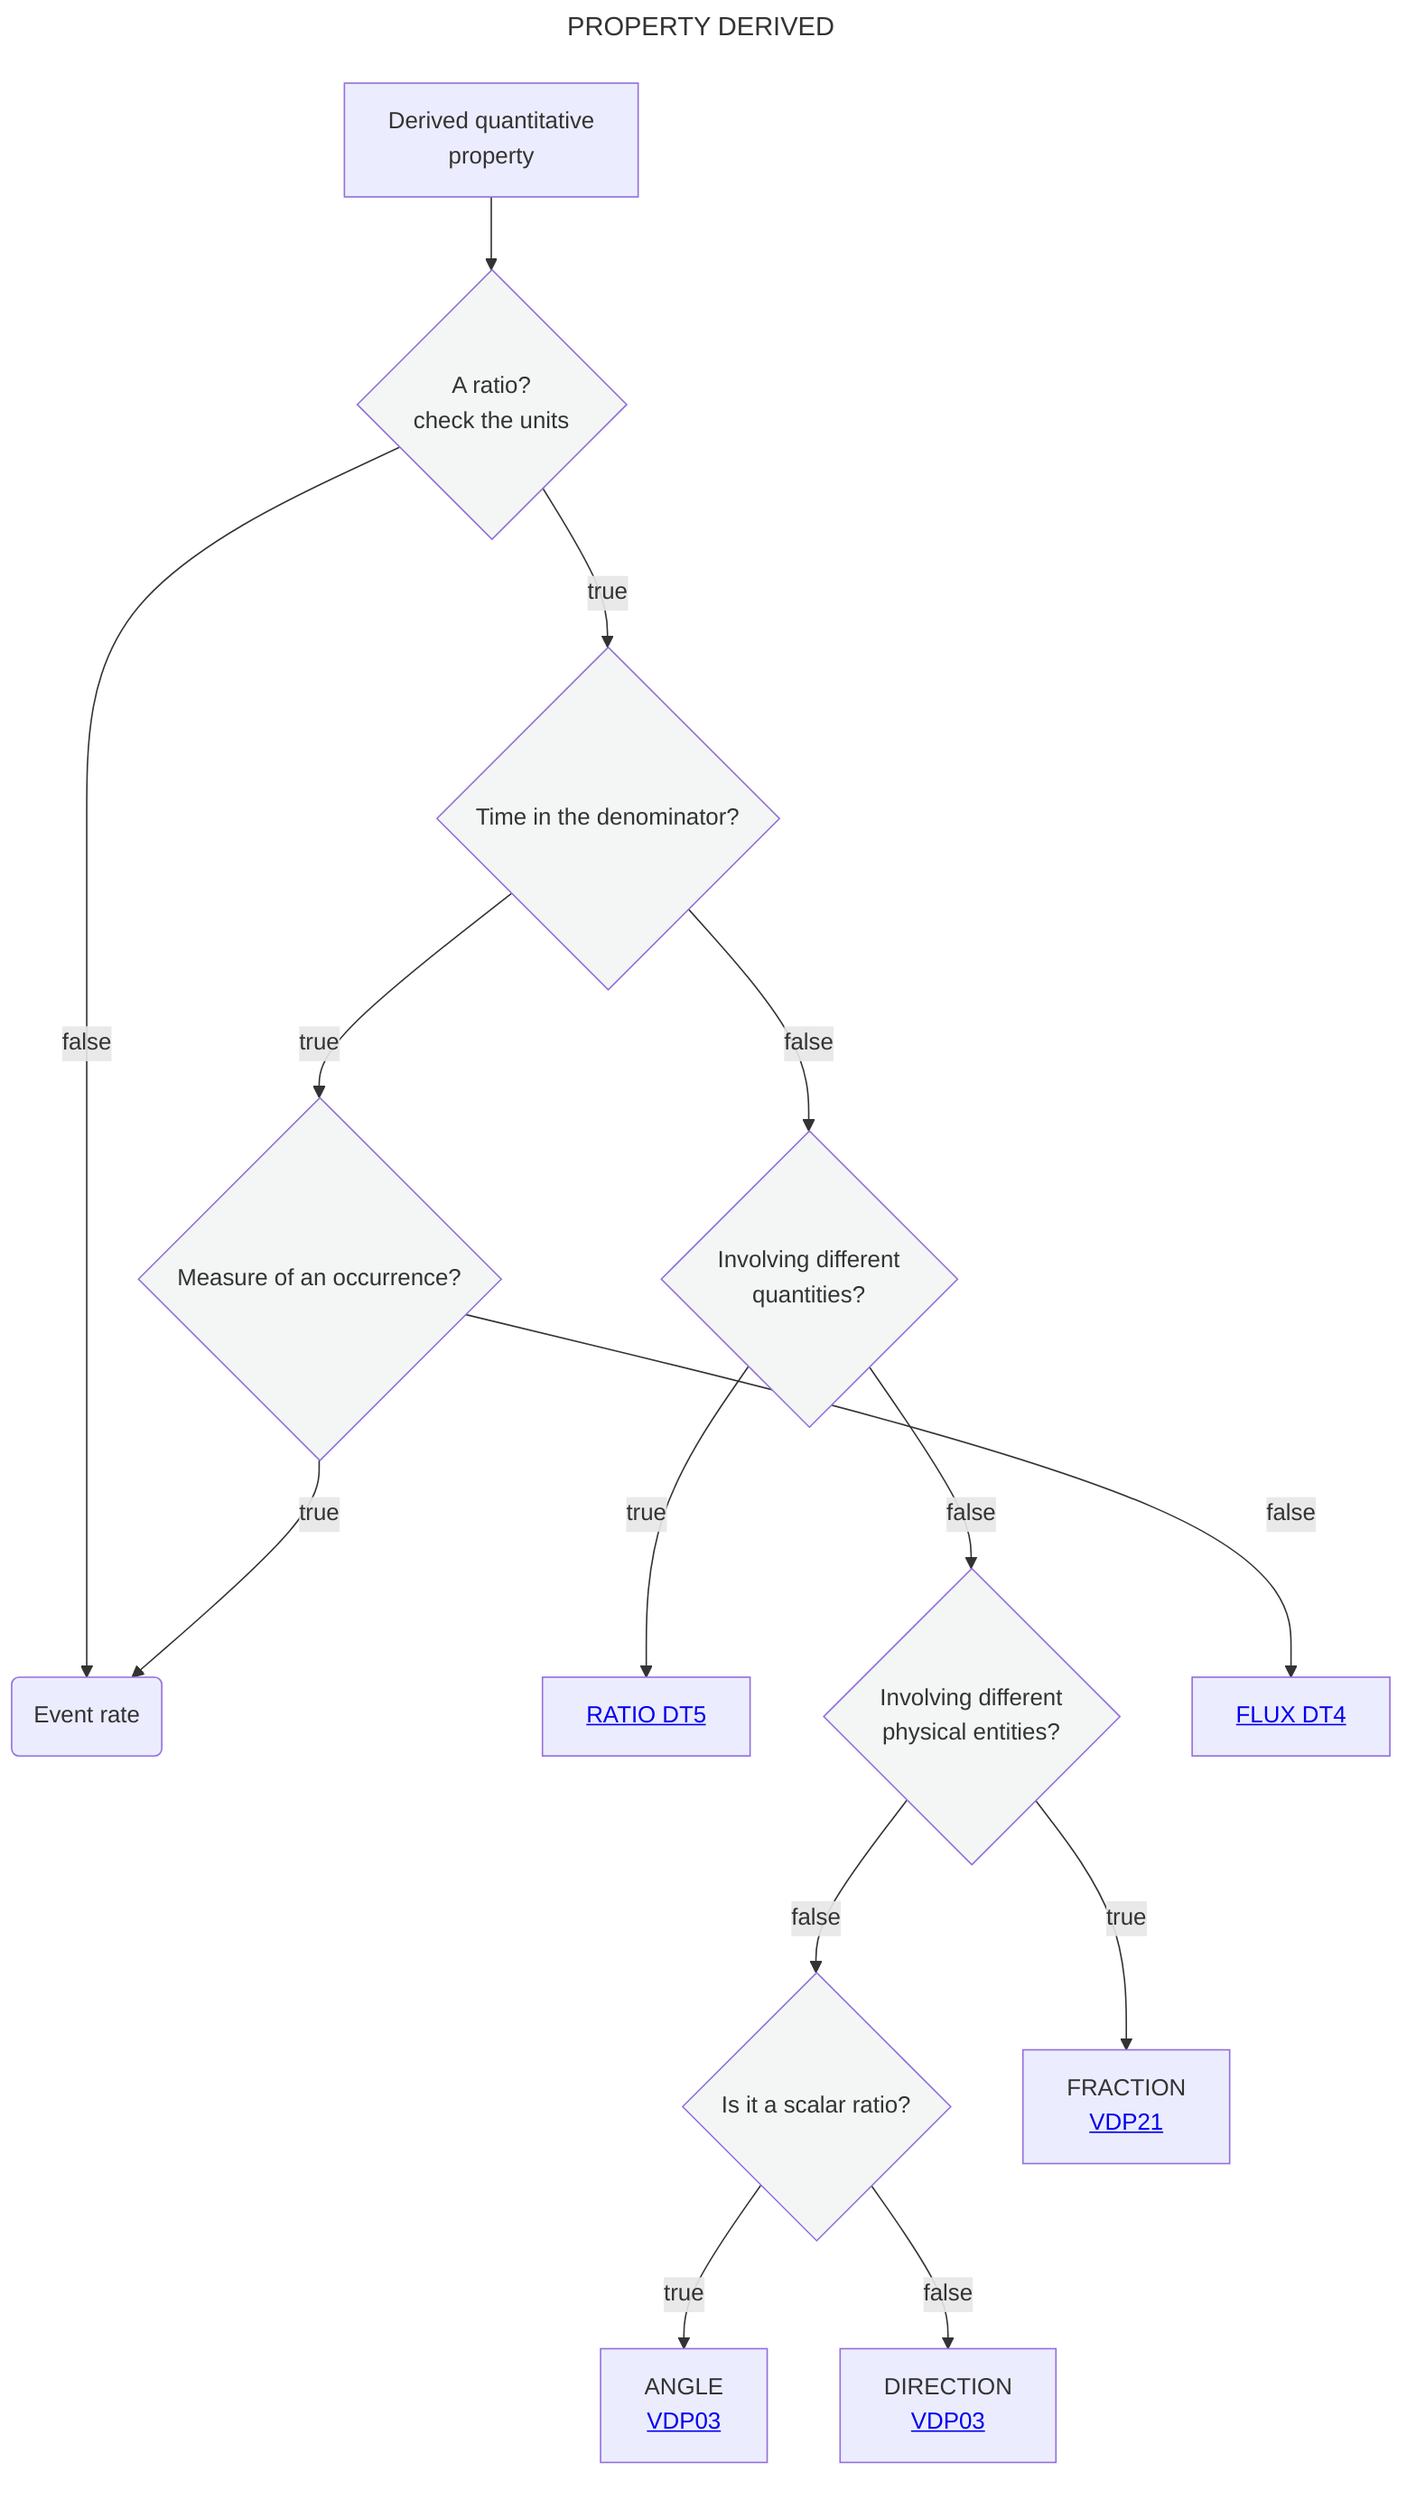
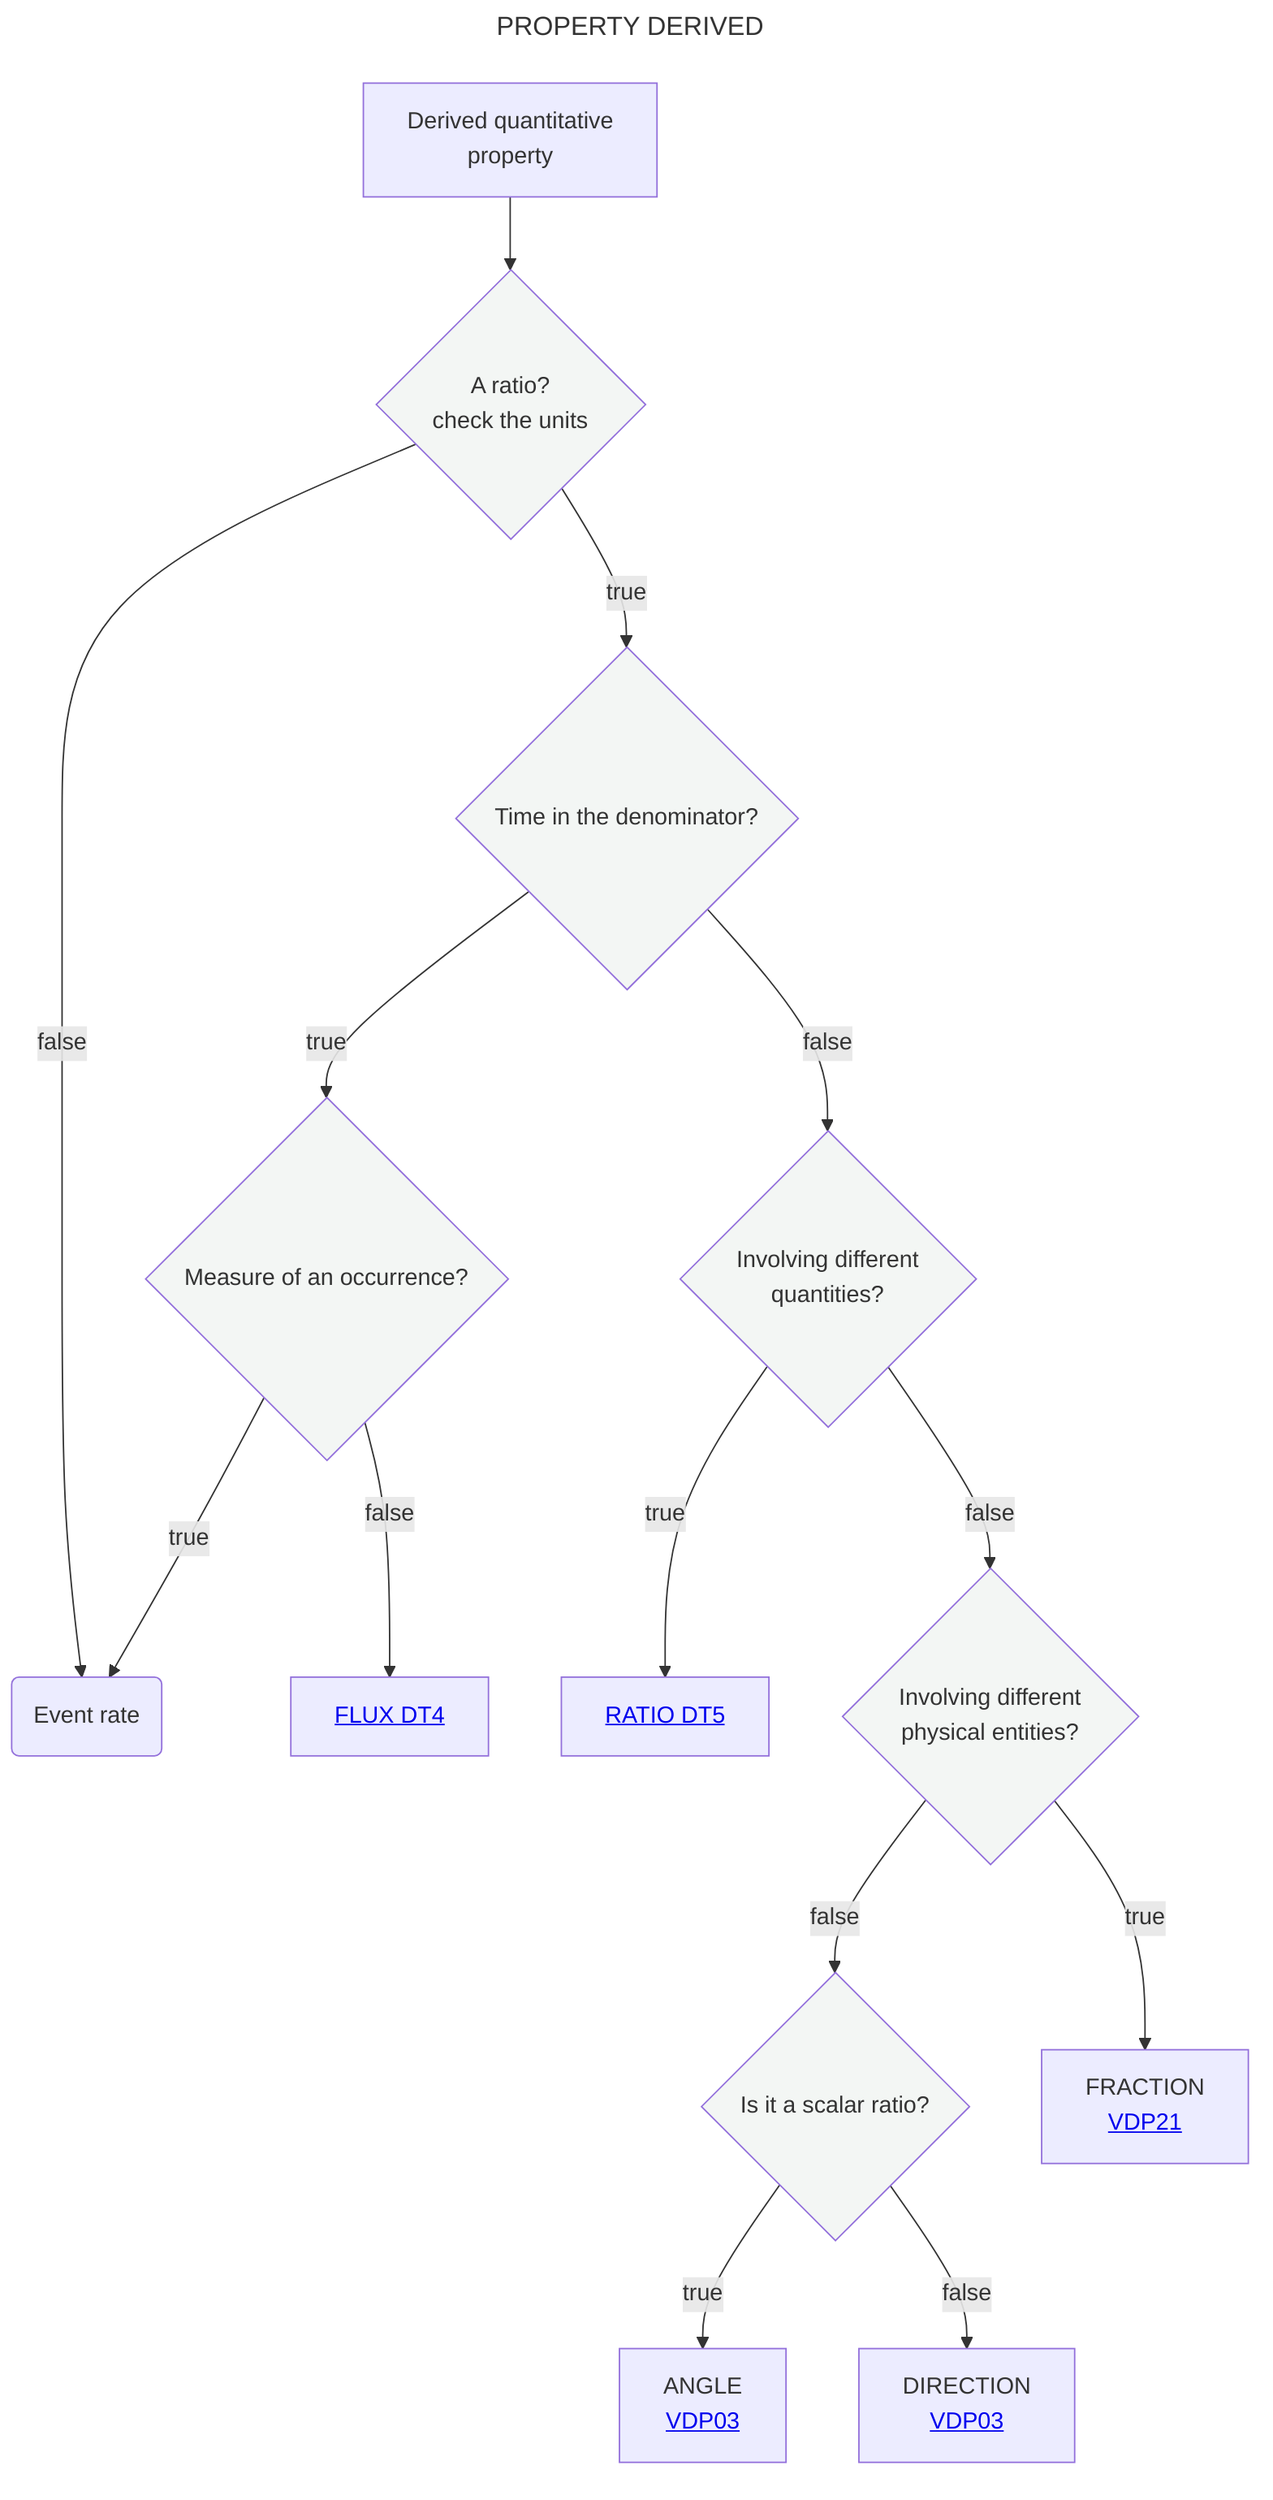
---
title: PROPERTY DERIVED
---
flowchart TD
    A[Derived quantitative <br> property] --> B{A ratio?<br>check the units}:::white
    B --> |true|N{Time in the denominator?}:::white
    B --> |false|I[RATIOLESS DERIVED <br> <a href='https://github.com/mabablue/I-ADOPT-patterns-playground/blob/main/pattern/VDP20.yaml'>VDP20</a>]
    N --> |true|E{Measure of an occurrence?}:::white
+     E --> |false|K[<a href='https://github.com/mabablue/I-ADOPT-patterns-playground/blob/main/Decisition_trees/DT4.mmd'>FLUX DT4</a>]
+     E --> |true|I(Event rate)
    N --> |false|O{Involving different <br> quantities?}:::white
    O --> |true|P[<a href='https://github.com/mabablue/I-ADOPT-patterns-playground/blob/main/Decisition_trees/DT5.mmd'>RATIO DT5</a>]
    O --> |false|Q{Involving different <br> physical entities?}:::white
    Q --> |false|R{Is it a scalar ratio?}:::white
    R --> |true|L[ANGLE <br> <a href='https://github.com/mabablue/I-ADOPT-patterns-playground/blob/main/pattern/VDP03.yaml'>VDP03</a>]
    R --> |false|M[DIRECTION <br> <a href='https://github.com/mabablue/I-ADOPT-patterns-playground/blob/main/pattern/VDP03.yaml'>VDP03</a>]
    Q --> |true|S[FRACTION <br> <a href='https://github.com/mabablue/I-ADOPT-patterns-playground/blob/main/pattern/VDP21.yaml'>VDP21</a>]
-     E --> |false|K[<a href='https://github.com/mabablue/I-ADOPT-patterns-playground/blob/main/Decisition_trees/DT4.mmd'>FLUX DT4</a>]
-     E --> |true|I(Event rate)
   classDef blue fill:#90D5FF
   classDef satblue fill:#57B9FF
   classDef white fill:#f3f6f4
   classDef green fill:#6aa84f

